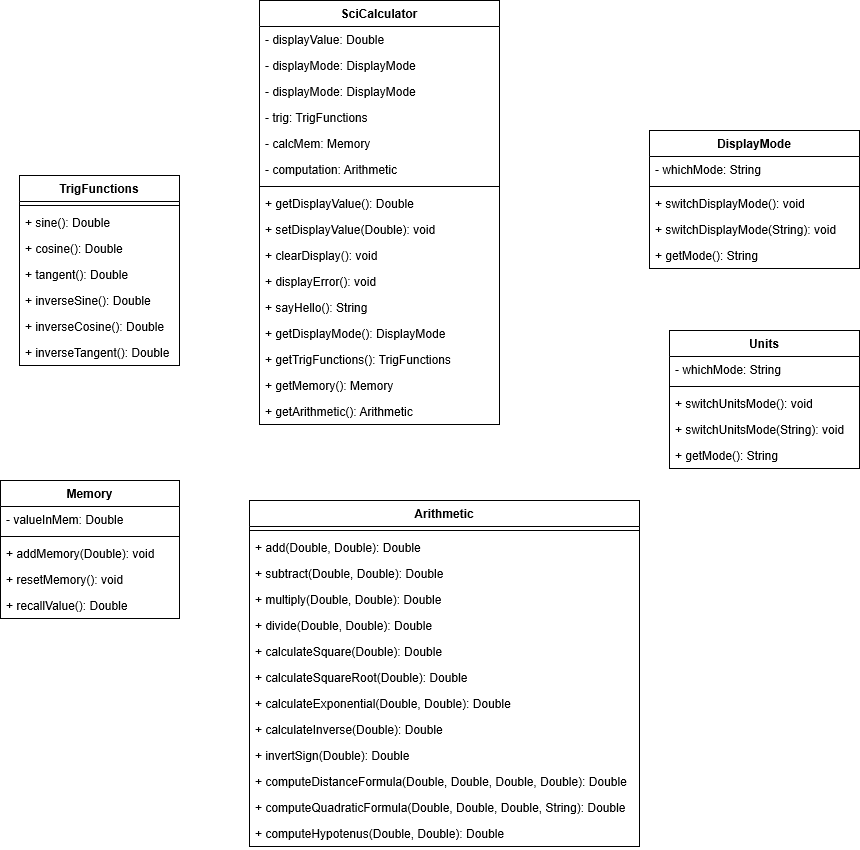
Above: umls/SciCalculator.png in KaveeshaW/StayReadyLab02 (draw.io), before the change. Source tidied: cells renumbered, new cells last; positions are measured from the earlier drawing's top-left corner, leaving out a move shared by most shapes.
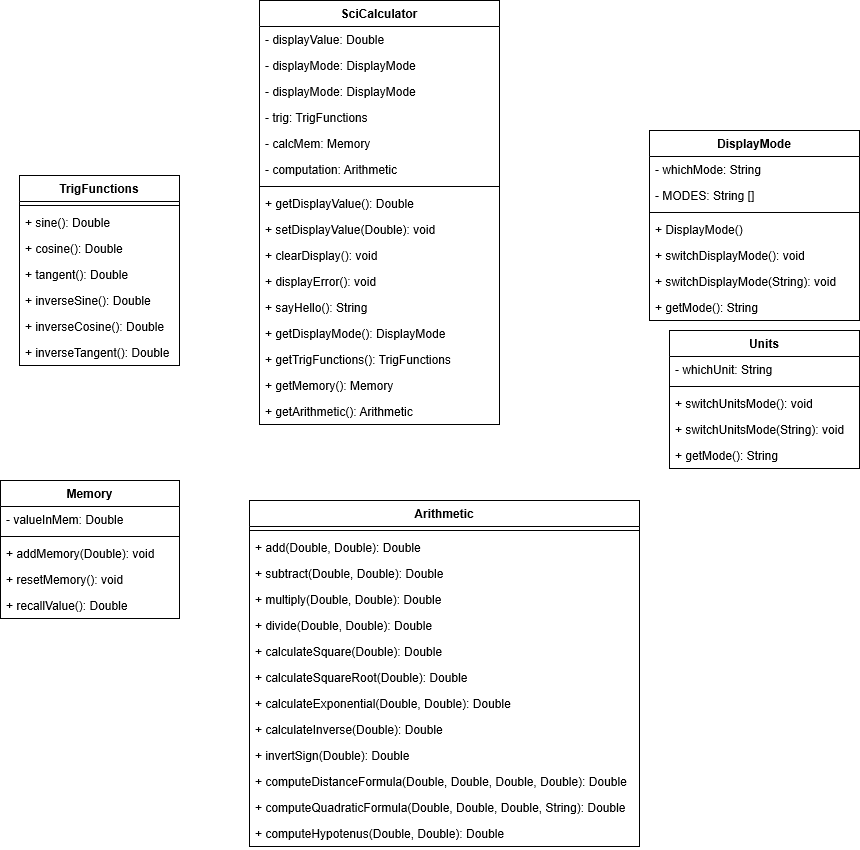
Later version of the same file.

What changed in the source:
```diff
@@ -54,22 +54,28 @@
       <mxGeometry y="398" width="240" height="26" as="geometry" />
     </mxCell>
     <mxCell id="19" value="DisplayMode" style="swimlane;fontStyle=1;align=center;verticalAlign=top;horizontal=1;startSize=26;" parent="1" vertex="1">
-      <mxGeometry x="649" y="130" width="210" height="138" as="geometry" />
+      <mxGeometry x="649" y="130" width="210" height="190" as="geometry" />
     </mxCell>
-    <mxCell id="20" value="- whichMode: String" style="text;strokeColor=none;fillColor=none;align=left;verticalAlign=top;spacingLeft=4;spacingRight=4;overflow=hidden;" parent="19" vertex="1">
+    <mxCell id="20" value="- whichMode: String " style="text;strokeColor=none;fillColor=none;align=left;verticalAlign=top;spacingLeft=4;spacingRight=4;overflow=hidden;" parent="19" vertex="1">
       <mxGeometry y="26" width="210" height="26" as="geometry" />
     </mxCell>
+    <mxCell id="59" value="- MODES: String []" style="text;strokeColor=none;fillColor=none;align=left;verticalAlign=top;spacingLeft=4;spacingRight=4;overflow=hidden;" parent="19" vertex="1">
+      <mxGeometry y="52" width="210" height="26" as="geometry" />
+    </mxCell>
     <mxCell id="21" style="line;strokeWidth=1;fillColor=none;align=left;verticalAlign=middle;spacingTop=-1;spacingLeft=3;spacingRight=3;labelPosition=right;" parent="19" vertex="1">
-      <mxGeometry y="52" width="210" height="8" as="geometry" />
+      <mxGeometry y="78" width="210" height="8" as="geometry" />
     </mxCell>
+    <mxCell id="60" value="+ DisplayMode()" style="text;strokeColor=none;fillColor=none;align=left;verticalAlign=top;spacingLeft=4;spacingRight=4;overflow=hidden;" parent="19" vertex="1">
+      <mxGeometry y="86" width="210" height="26" as="geometry" />
+    </mxCell>
     <mxCell id="22" value="+ switchDisplayMode(): void" style="text;strokeColor=none;fillColor=none;align=left;verticalAlign=top;spacingLeft=4;spacingRight=4;overflow=hidden;" parent="19" vertex="1">
-      <mxGeometry y="60" width="210" height="26" as="geometry" />
+      <mxGeometry y="112" width="210" height="26" as="geometry" />
     </mxCell>
     <mxCell id="23" value="+ switchDisplayMode(String): void" style="text;strokeColor=none;fillColor=none;align=left;verticalAlign=top;spacingLeft=4;spacingRight=4;overflow=hidden;" parent="19" vertex="1">
-      <mxGeometry y="86" width="210" height="26" as="geometry" />
+      <mxGeometry y="138" width="210" height="26" as="geometry" />
     </mxCell>
     <mxCell id="24" value="+ getMode(): String" style="text;strokeColor=none;fillColor=none;align=left;verticalAlign=top;spacingLeft=4;spacingRight=4;overflow=hidden;" parent="19" vertex="1">
-      <mxGeometry y="112" width="210" height="26" as="geometry" />
+      <mxGeometry y="164" width="210" height="26" as="geometry" />
     </mxCell>
     <mxCell id="25" value="TrigFunctions" style="swimlane;fontStyle=1;align=center;verticalAlign=top;horizontal=1;startSize=26;" parent="1" vertex="1">
       <mxGeometry x="19" y="175" width="160" height="190" as="geometry" />
@@ -98,7 +104,7 @@
     <mxCell id="33" value="Units" style="swimlane;fontStyle=1;align=center;verticalAlign=top;horizontal=1;startSize=26;" parent="1" vertex="1">
       <mxGeometry x="669" y="330" width="190" height="138" as="geometry" />
     </mxCell>
-    <mxCell id="34" value="- whichMode: String" style="text;strokeColor=none;fillColor=none;align=left;verticalAlign=top;spacingLeft=4;spacingRight=4;overflow=hidden;" parent="33" vertex="1">
+    <mxCell id="34" value="- whichUnit: String" style="text;strokeColor=none;fillColor=none;align=left;verticalAlign=top;spacingLeft=4;spacingRight=4;overflow=hidden;" parent="33" vertex="1">
       <mxGeometry y="26" width="190" height="26" as="geometry" />
     </mxCell>
     <mxCell id="35" style="line;strokeWidth=1;fillColor=none;align=left;verticalAlign=middle;spacingTop=-1;spacingLeft=3;spacingRight=3;labelPosition=right;" parent="33" vertex="1">
```
